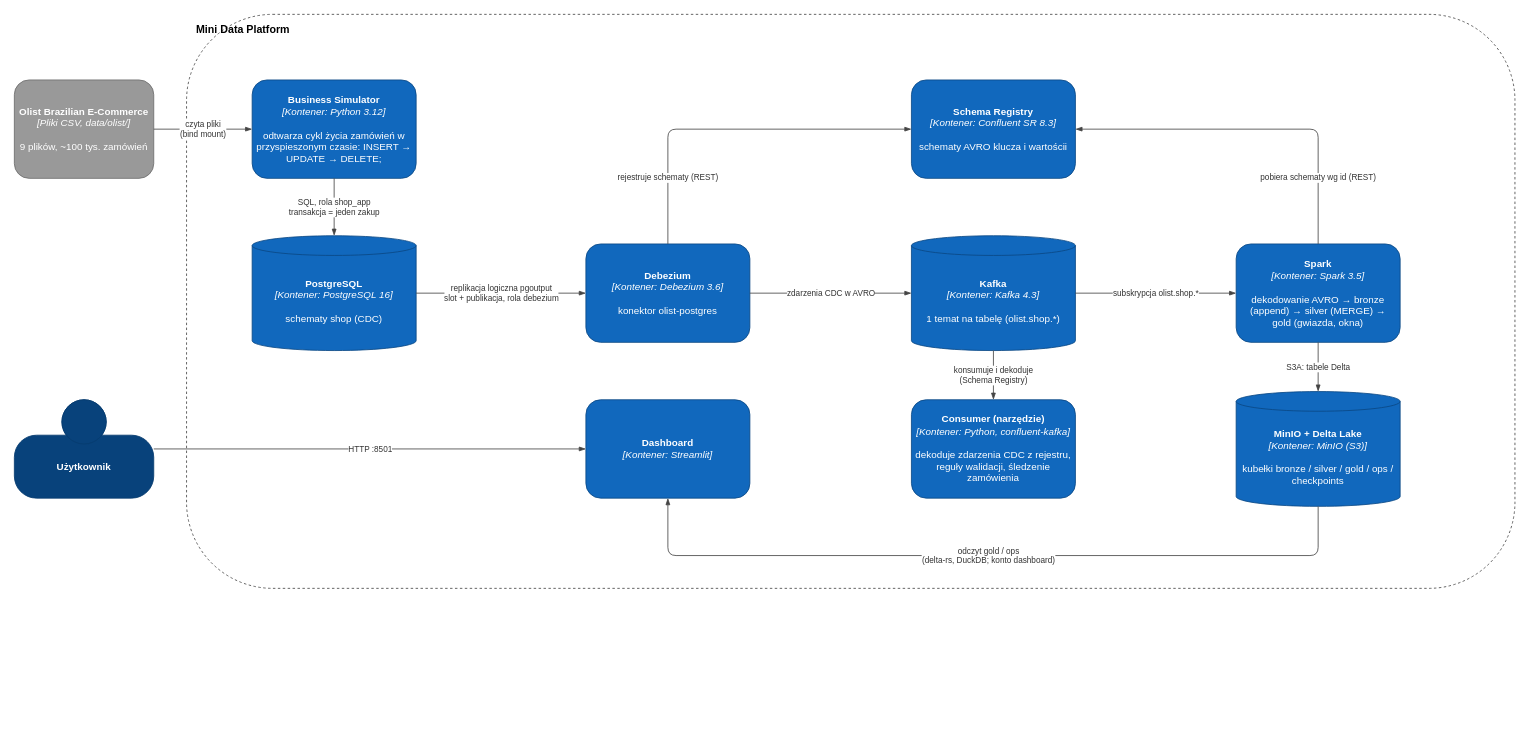
Above: docs/design/architecture.drawio in oszypczy/wpdb-data-platform (draw.io), before the change. Source tidied: cells renumbered, new cells numbered last; positions are measured from the earlier drawing's top-left corner, leaving out a move shared by most shapes. Both pictures are drawn from the tidied source at 82%, with x=0, y=0 at pixel (14, 14).
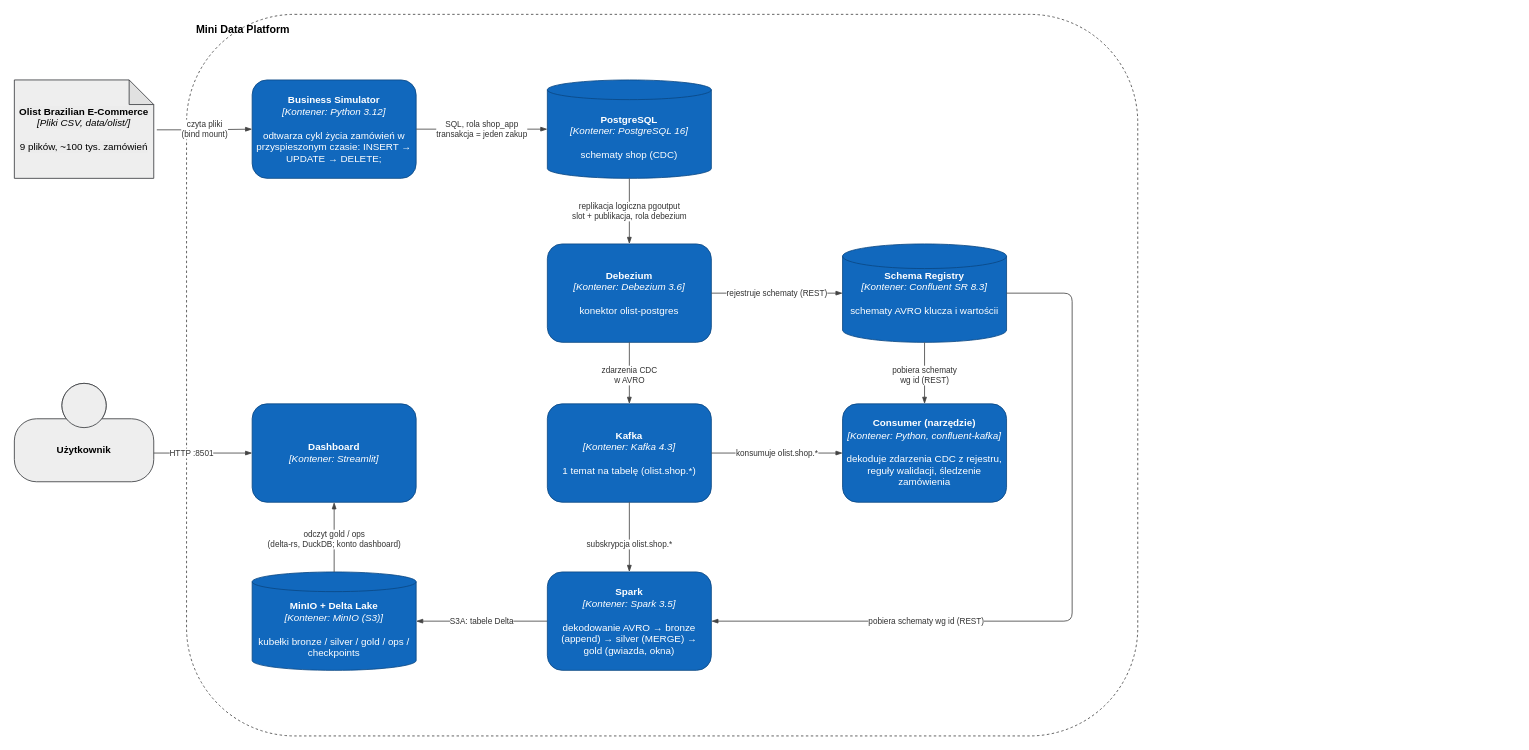
Above is the later version.

Commit message (it also covers changes not shown here):
Docs: architecture walkthrough, database schema, agents overview

The change refers to these unchanged cells:
```xml
<mxCell id="5" value="&lt;b&gt;Business Simulator&lt;/b&gt;&lt;br&gt;&lt;i&gt;[Kontener: Python 3.12]&lt;/i&gt;&lt;br&gt;&lt;br&gt;odtwarza cykl życia zamówień w przyspieszonym czasie: INSERT → UPDATE → DELETE;" style="rounded=1;whiteSpace=wrap;html=1;fillColor=#1168BD;strokeColor=#0B4884;fontColor=#FFFFFF;align=center;verticalAlign=middle;spacing=6;" parent="1" vertex="1">
  <mxGeometry x="290" y="80" width="200" height="120" as="geometry" />
</mxCell>
```

The edit, as a diff of the source:
```diff
@@
     <mxCell id="2" value="Mini Data Platform" style="rounded=1;whiteSpace=wrap;html=1;dashed=1;fillColor=none;strokeColor=#444444;align=left;verticalAlign=top;fontStyle=1;fontSize=13;spacingLeft=10;spacingTop=4;" parent="1" vertex="1">
-      <mxGeometry x="210" width="1620" height="700" as="geometry" />
+      <mxGeometry x="210" width="1160" height="880" as="geometry" />
     </mxCell>
-    <mxCell id="3" value="&lt;b&gt;Olist Brazilian E-Commerce&lt;/b&gt;&lt;br&gt;&lt;i&gt;[Pliki CSV, data/olist/]&lt;/i&gt;&lt;br&gt;&lt;br&gt;9 plików, ~100 tys. zamówień" style="rounded=1;whiteSpace=wrap;html=1;fillColor=#999999;strokeColor=#6B6B6B;fontColor=#FFFFFF;align=center;verticalAlign=middle;spacing=6;" parent="1" vertex="1">
-      <mxGeometry y="80" width="170" height="120" as="geometry" />
-    </mxCell>
-    <mxCell id="4" value="&lt;b&gt;Użytkownik&lt;/b&gt;" style="shape=mxgraph.c4.person2;whiteSpace=wrap;html=1;fillColor=#08427B;strokeColor=#073B6F;fontColor=#FFFFFF;align=center;spacing=6;" parent="1" vertex="1">
-      <mxGeometry y="470" width="170" height="120" as="geometry" />
+    <mxCell id="4" value="&lt;b style=&quot;color: rgb(0, 0, 0);&quot;&gt;Użytkownik&lt;/b&gt;" style="shape=mxgraph.c4.person2;whiteSpace=wrap;html=1;fillColor=#EEEEEE;strokeColor=#36393D;fontColor=#FFFFFF;align=center;spacing=6;" parent="1" vertex="1">
+      <mxGeometry y="450" width="170" height="120" as="geometry" />
     </mxCell>
@@
     <mxCell id="6" value="&lt;b&gt;PostgreSQL&lt;/b&gt;&lt;br&gt;&lt;i&gt;[Kontener: PostgreSQL 16]&lt;/i&gt;&lt;br&gt;&lt;br&gt;schematy shop (CDC)" style="shape=cylinder3;whiteSpace=wrap;html=1;boundedLbl=1;backgroundOutline=1;size=12;fillColor=#1168BD;strokeColor=#0B4884;fontColor=#FFFFFF;align=center;spacing=6;" parent="1" vertex="1">
-      <mxGeometry x="290" y="270" width="200" height="140" as="geometry" />
+      <mxGeometry x="650" y="80" width="200" height="120" as="geometry" />
     </mxCell>
     <mxCell id="7" value="&lt;b&gt;Debezium&lt;/b&gt;&lt;br&gt;&lt;i&gt;[Kontener: Debezium 3.6]&lt;/i&gt;&lt;br&gt;&lt;br&gt;konektor olist-postgres" style="rounded=1;whiteSpace=wrap;html=1;fillColor=#1168BD;strokeColor=#0B4884;fontColor=#FFFFFF;align=center;verticalAlign=middle;spacing=6;" parent="1" vertex="1">
-      <mxGeometry x="697" y="280" width="200" height="120" as="geometry" />
+      <mxGeometry x="650" y="280" width="200" height="120" as="geometry" />
     </mxCell>
-    <mxCell id="8" value="&lt;b&gt;Kafka&lt;/b&gt;&lt;br&gt;&lt;i&gt;[Kontener: Kafka 4.3]&lt;/i&gt;&lt;br&gt;&lt;br&gt;1 temat na tabelę (olist.shop.*)" style="shape=cylinder3;whiteSpace=wrap;html=1;boundedLbl=1;backgroundOutline=1;size=12;fillColor=#1168BD;strokeColor=#0B4884;fontColor=#FFFFFF;align=center;spacing=6;" parent="1" vertex="1">
-      <mxGeometry x="1094" y="270" width="200" height="140" as="geometry" />
+    <mxCell id="8" value="&lt;b&gt;Kafka&lt;/b&gt;&lt;br&gt;&lt;i&gt;[Kontener: Kafka 4.3]&lt;/i&gt;&lt;br&gt;&lt;br&gt;1 temat na tabelę (olist.shop.*)" style="rounded=1;whiteSpace=wrap;html=1;boundedLbl=1;backgroundOutline=1;size=12;fillColor=#1168BD;strokeColor=#0B4884;fontColor=#FFFFFF;align=center;spacing=6;" parent="1" vertex="1">
+      <mxGeometry x="650" y="475" width="200" height="120" as="geometry" />
     </mxCell>
-    <mxCell id="9" value="&lt;b&gt;Schema Registry&lt;/b&gt;&lt;br&gt;&lt;i&gt;[Kontener: Confluent SR 8.3]&lt;/i&gt;&lt;br&gt;&lt;br&gt;schematy AVRO klucza i wartościi" style="rounded=1;whiteSpace=wrap;html=1;fillColor=#1168BD;strokeColor=#0B4884;fontColor=#FFFFFF;align=center;verticalAlign=middle;spacing=6;" parent="1" vertex="1">
-      <mxGeometry x="1094" y="80" width="200" height="120" as="geometry" />
+    <mxCell id="9" value="&lt;b&gt;Schema Registry&lt;/b&gt;&lt;br&gt;&lt;i&gt;[Kontener: Confluent SR 8.3]&lt;/i&gt;&lt;br&gt;&lt;br&gt;schematy AVRO klucza i wartościi" style="shape=cylinder3;whiteSpace=wrap;html=1;fillColor=#1168BD;strokeColor=#0B4884;fontColor=#FFFFFF;align=center;verticalAlign=middle;spacing=6;" parent="1" vertex="1">
+      <mxGeometry x="1010" y="280" width="200" height="120" as="geometry" />
     </mxCell>
-    <mxCell id="10" value="&lt;b&gt;Spark&lt;/b&gt;&lt;br&gt;&lt;i&gt;[Kontener: Spark 3.5]&lt;/i&gt;&lt;br&gt;&lt;br&gt;dekodowanie AVRO → bronze (append) → silver (MERGE) → gold (gwiazda, okna)" style="rounded=1;whiteSpace=wrap;html=1;fillColor=#1168BD;strokeColor=#0B4884;fontColor=#FFFFFF;align=center;verticalAlign=middle;spacing=6;" parent="1" vertex="1">
-      <mxGeometry x="1490" y="280" width="200" height="120" as="geometry" />
-    </mxCell>
     <mxCell id="11" value="&lt;b&gt;MinIO + Delta Lake&lt;/b&gt;&lt;br&gt;&lt;i&gt;[Kontener: MinIO (S3)]&lt;/i&gt;&lt;br&gt;&lt;br&gt;kubełki bronze / silver / gold / ops / checkpoints" style="shape=cylinder3;whiteSpace=wrap;html=1;boundedLbl=1;backgroundOutline=1;size=12;fillColor=#1168BD;strokeColor=#0B4884;fontColor=#FFFFFF;align=center;spacing=6;" parent="1" vertex="1">
-      <mxGeometry x="1490" y="460" width="200" height="140" as="geometry" />
+      <mxGeometry x="290" y="680" width="200" height="120" as="geometry" />
     </mxCell>
     <mxCell id="12" value="&lt;b&gt;Dashboard&lt;/b&gt;&lt;br&gt;&lt;i&gt;[Kontener: Streamlit]&lt;/i&gt;" style="rounded=1;whiteSpace=wrap;html=1;fillColor=#1168BD;strokeColor=#0B4884;fontColor=#FFFFFF;align=center;verticalAlign=middle;spacing=6;" parent="1" vertex="1">
-      <mxGeometry x="697" y="470" width="200" height="120" as="geometry" />
+      <mxGeometry x="290" y="475" width="200" height="120" as="geometry" />
     </mxCell>
     <mxCell id="13" value="&lt;b&gt;Consumer (narzędzie)&lt;/b&gt;&lt;br&gt;&lt;i&gt;[Kontener: Python, confluent-kafka]&lt;/i&gt;&lt;br&gt;&lt;br&gt;dekoduje zdarzenia CDC z rejestru, reguły walidacji, śledzenie zamówienia" style="rounded=1;whiteSpace=wrap;html=1;fillColor=#1168BD;strokeColor=#0B4884;fontColor=#FFFFFF;align=center;verticalAlign=middle;spacing=6;" parent="1" vertex="1">
-      <mxGeometry x="1094" y="470" width="200" height="120" as="geometry" />
+      <mxGeometry x="1010" y="475" width="200" height="120" as="geometry" />
     </mxCell>
-    <mxCell id="14" value="czyta pliki&lt;br&gt;(bind mount)" style="edgeStyle=orthogonalEdgeStyle;rounded=1;jettySize=auto;html=1;strokeColor=#444444;fontColor=#333333;fontSize=10;labelBackgroundColor=#FFFFFF;endArrow=blockThin;endFill=1;" parent="1" edge="1" source="3" target="5">
+    <mxCell id="14" value="czyta pliki&lt;br&gt;(bind mount)" style="edgeStyle=orthogonalEdgeStyle;rounded=1;jettySize=auto;html=1;strokeColor=#444444;fontColor=#333333;fontSize=10;labelBackgroundColor=#FFFFFF;endArrow=blockThin;endFill=1;exitX=1.022;exitY=0.507;exitDx=0;exitDy=0;exitPerimeter=0;" parent="1" edge="1" source="3" target="5">
       <mxGeometry relative="1" as="geometry" />
     </mxCell>
@@
-    <mxCell id="17" value="zdarzenia CDC w AVRO" style="edgeStyle=orthogonalEdgeStyle;rounded=1;jettySize=auto;html=1;strokeColor=#444444;fontColor=#333333;fontSize=10;labelBackgroundColor=#FFFFFF;endArrow=blockThin;endFill=1;" parent="1" edge="1" source="7" target="8">
-      <mxGeometry relative="1" as="geometry" />
+    <mxCell id="17" value="zdarzenia CDC&lt;br&gt;w AVRO" style="edgeStyle=orthogonalEdgeStyle;rounded=1;jettySize=auto;html=1;strokeColor=#444444;fontColor=#333333;fontSize=10;labelBackgroundColor=#FFFFFF;endArrow=blockThin;endFill=1;" parent="1" edge="1" source="7" target="8">
+      <mxGeometry x="0.07" relative="1" as="geometry" />
     </mxCell>
-    <mxCell id="18" value="rejestruje schematy (REST)" style="edgeStyle=orthogonalEdgeStyle;rounded=1;jettySize=auto;html=1;strokeColor=#444444;fontColor=#333333;fontSize=10;labelBackgroundColor=#FFFFFF;endArrow=blockThin;endFill=1;exitX=0.5;exitY=0;exitDx=0;exitDy=0;entryX=0;entryY=0.5;entryDx=0;entryDy=0;" parent="1" edge="1" source="7" target="9">
-      <mxGeometry x="-0.63" relative="1" as="geometry" />
+    <mxCell id="18" value="rejestruje schematy (REST)" style="edgeStyle=orthogonalEdgeStyle;rounded=1;jettySize=auto;html=1;strokeColor=#444444;fontColor=#333333;fontSize=10;labelBackgroundColor=#FFFFFF;endArrow=blockThin;endFill=1;exitX=1;exitY=0.5;exitDx=0;exitDy=0;entryX=0;entryY=0.5;entryDx=0;entryDy=0;" parent="1" edge="1" source="7" target="9">
+      <mxGeometry relative="1" as="geometry" />
     </mxCell>
-    <mxCell id="19" value="subskrypcja olist.shop.*" style="edgeStyle=orthogonalEdgeStyle;rounded=1;jettySize=auto;html=1;strokeColor=#444444;fontColor=#333333;fontSize=10;labelBackgroundColor=#FFFFFF;endArrow=blockThin;endFill=1;" parent="1" edge="1" source="8" target="10">
-      <mxGeometry relative="1" as="geometry" />
+    <mxCell id="19" value="subskrypcja olist.shop.*" style="edgeStyle=orthogonalEdgeStyle;rounded=1;jettySize=auto;html=1;strokeColor=#444444;fontColor=#333333;fontSize=10;labelBackgroundColor=#FFFFFF;endArrow=blockThin;endFill=1;entryX=0.5;entryY=0;entryDx=0;entryDy=0;exitX=0.5;exitY=1;exitDx=0;exitDy=0;exitPerimeter=0;" parent="1" edge="1" source="8" target="10">
+      <mxGeometry x="0.2" relative="1" as="geometry" />
     </mxCell>
-    <mxCell id="20" value="pobiera schematy wg id (REST)" style="edgeStyle=orthogonalEdgeStyle;rounded=1;jettySize=auto;html=1;strokeColor=#444444;fontColor=#333333;fontSize=10;labelBackgroundColor=#FFFFFF;endArrow=blockThin;endFill=1;exitX=0.5;exitY=0;exitDx=0;exitDy=0;entryX=1;entryY=0.5;entryDx=0;entryDy=0;" parent="1" edge="1" source="10" target="9">
-      <mxGeometry x="-0.63" relative="1" as="geometry" />
+    <mxCell id="20" value="pobiera schematy wg id (REST)" style="edgeStyle=orthogonalEdgeStyle;rounded=1;jettySize=auto;html=1;strokeColor=#444444;fontColor=#333333;fontSize=10;labelBackgroundColor=#FFFFFF;endArrow=blockThin;endFill=1;exitX=1;exitY=0.5;exitDx=0;exitDy=0;entryX=1;entryY=0.5;entryDx=0;entryDy=0;exitPerimeter=0;" parent="1" edge="1" source="9" target="10">
+      <mxGeometry x="0.43" relative="1" as="geometry">
+        <Array as="points">
+          <mxPoint x="1290" y="340" />
+          <mxPoint x="1290" y="740" />
+        </Array>
+      </mxGeometry>
     </mxCell>
-    <mxCell id="21" value="S3A: tabele Delta" style="edgeStyle=orthogonalEdgeStyle;rounded=1;jettySize=auto;html=1;strokeColor=#444444;fontColor=#333333;fontSize=10;labelBackgroundColor=#FFFFFF;endArrow=blockThin;endFill=1;exitX=0.5;exitY=1;exitDx=0;exitDy=0;entryX=0.5;entryY=0;entryDx=0;entryDy=0;" parent="1" edge="1" source="10" target="11">
+    <mxCell id="21" value="S3A: tabele Delta" style="edgeStyle=orthogonalEdgeStyle;rounded=1;jettySize=auto;html=1;strokeColor=#444444;fontColor=#333333;fontSize=10;labelBackgroundColor=#FFFFFF;endArrow=blockThin;endFill=1;exitX=0;exitY=0.5;exitDx=0;exitDy=0;entryX=1;entryY=0.5;entryDx=0;entryDy=0;entryPerimeter=0;" parent="1" edge="1" source="10" target="11">
       <mxGeometry relative="1" as="geometry" />
     </mxCell>
-    <mxCell id="22" value="odczyt gold / ops&lt;br&gt;(delta-rs, DuckDB; konto dashboard)" style="edgeStyle=orthogonalEdgeStyle;rounded=1;jettySize=auto;html=1;strokeColor=#444444;fontColor=#333333;fontSize=10;labelBackgroundColor=#FFFFFF;endArrow=blockThin;endFill=1;exitX=0.5;exitY=1;exitDx=0;exitDy=0;entryX=0.5;entryY=1;entryDx=0;entryDy=0;" parent="1" edge="1" source="11" target="12">
-      <mxGeometry relative="1" as="geometry">
-        <Array as="points">
-          <mxPoint x="1590" y="660" />
-          <mxPoint x="797" y="660" />
-        </Array>
-      </mxGeometry>
+    <mxCell id="22" value="odczyt gold / ops&lt;br&gt;(delta-rs, DuckDB; konto dashboard)" style="edgeStyle=orthogonalEdgeStyle;rounded=1;jettySize=auto;html=1;strokeColor=#444444;fontColor=#333333;fontSize=10;labelBackgroundColor=#FFFFFF;endArrow=blockThin;endFill=1;exitX=0.5;exitY=0;exitDx=0;exitDy=0;entryX=0.5;entryY=1;entryDx=0;entryDy=0;exitPerimeter=0;" parent="1" edge="1" source="11" target="12">
+      <mxGeometry x="-0.06" relative="1" as="geometry" />
     </mxCell>
-    <mxCell id="23" value="HTTP :8501" style="edgeStyle=orthogonalEdgeStyle;rounded=1;jettySize=auto;html=1;strokeColor=#444444;fontColor=#333333;fontSize=10;labelBackgroundColor=#FFFFFF;endArrow=blockThin;endFill=1;" parent="1" edge="1" source="4" target="12">
-      <mxGeometry relative="1" as="geometry" />
+    <mxCell id="23" value="HTTP :8501" style="edgeStyle=orthogonalEdgeStyle;rounded=1;jettySize=auto;html=1;strokeColor=#444444;fontColor=#333333;fontSize=10;labelBackgroundColor=#FFFFFF;endArrow=blockThin;endFill=1;entryX=0;entryY=0.5;entryDx=0;entryDy=0;" parent="1" edge="1" source="4" target="12">
+      <mxGeometry x="-0.23" relative="1" as="geometry">
+        <Array as="points">
+          <mxPoint x="220" y="535" />
+          <mxPoint x="220" y="535" />
+        </Array>
+      </mxGeometry>
     </mxCell>
-    <mxCell id="24" value="konsumuje i dekoduje&lt;br&gt;(Schema Registry)" style="edgeStyle=orthogonalEdgeStyle;rounded=1;jettySize=auto;html=1;strokeColor=#444444;fontColor=#333333;fontSize=10;labelBackgroundColor=#FFFFFF;endArrow=blockThin;endFill=1;exitX=0.5;exitY=1;exitDx=0;exitDy=0;entryX=0.5;entryY=0;entryDx=0;entryDy=0;" parent="1" edge="1" source="8" target="13">
+    <mxCell id="24" value="konsumuje olist.shop.*" style="edgeStyle=orthogonalEdgeStyle;rounded=1;jettySize=auto;html=1;strokeColor=#444444;fontColor=#333333;fontSize=10;labelBackgroundColor=#FFFFFF;endArrow=blockThin;endFill=1;exitX=1;exitY=0.5;exitDx=0;exitDy=0;entryX=0;entryY=0.5;entryDx=0;entryDy=0;exitPerimeter=0;" parent="1" edge="1" source="8" target="13">
       <mxGeometry relative="1" as="geometry" />
     </mxCell>
+    <mxCell id="25" value="pobiera schematy&lt;br&gt;wg id (REST)" style="edgeStyle=orthogonalEdgeStyle;rounded=1;jettySize=auto;html=1;strokeColor=#444444;fontColor=#333333;fontSize=10;labelBackgroundColor=#FFFFFF;endArrow=blockThin;endFill=1;entryX=0.5;entryY=0;entryDx=0;entryDy=0;exitX=0.5;exitY=1;exitDx=0;exitDy=0;exitPerimeter=0;" parent="1" edge="1" source="9" target="13">
+      <mxGeometry x="0.07" relative="1" as="geometry" />
+    </mxCell>
+    <mxCell id="10" value="&lt;b&gt;Spark&lt;/b&gt;&lt;br&gt;&lt;i&gt;[Kontener: Spark 3.5]&lt;/i&gt;&lt;br&gt;&lt;br&gt;dekodowanie AVRO → bronze (append) → silver (MERGE) → gold (gwiazda, okna)" style="rounded=1;whiteSpace=wrap;html=1;fillColor=#1168BD;strokeColor=#0B4884;fontColor=#FFFFFF;align=center;verticalAlign=middle;spacing=6;" parent="1" vertex="1">
+      <mxGeometry x="650" y="680" width="200" height="120" as="geometry" />
+    </mxCell>
+    <mxCell id="3" value="&lt;span style=&quot;color: rgb(0, 0, 0);&quot;&gt;&lt;b style=&quot;forced-color-adjust: none; scrollbar-color: rgba(121, 121, 121, 0.4) rgb(43, 43, 43); font-family: Helvetica; font-size: 12px; font-style: normal; font-variant-ligatures: normal; font-variant-caps: normal; letter-spacing: normal; orphans: 2; text-align: center; text-indent: 0px; text-transform: none; widows: 2; word-spacing: 0px; -webkit-text-stroke-width: 0px; white-space: normal; background-color: rgb(236, 236, 236); text-decoration-thickness: initial; text-decoration-style: initial; text-decoration-color: initial;&quot;&gt;Olist Brazilian E-Commerce&lt;/b&gt;&lt;br style=&quot;forced-color-adjust: none; scrollbar-color: rgba(121, 121, 121, 0.4) rgb(43, 43, 43); font-family: Helvetica; font-size: 12px; font-style: normal; font-variant-ligatures: normal; font-variant-caps: normal; font-weight: 400; letter-spacing: normal; orphans: 2; text-align: center; text-indent: 0px; text-transform: none; widows: 2; word-spacing: 0px; -webkit-text-stroke-width: 0px; white-space: normal; background-color: rgb(236, 236, 236); text-decoration-thickness: initial; text-decoration-style: initial; text-decoration-color: initial;&quot;&gt;&lt;i style=&quot;forced-color-adjust: none; scrollbar-color: rgba(121, 121, 121, 0.4) rgb(43, 43, 43); font-family: Helvetica; font-size: 12px; font-variant-ligatures: normal; font-variant-caps: normal; font-weight: 400; letter-spacing: normal; orphans: 2; text-align: center; text-indent: 0px; text-transform: none; widows: 2; word-spacing: 0px; -webkit-text-stroke-width: 0px; white-space: normal; background-color: rgb(236, 236, 236); text-decoration-thickness: initial; text-decoration-style: initial; text-decoration-color: initial;&quot;&gt;[Pliki CSV, data/olist/]&lt;/i&gt;&lt;br style=&quot;forced-color-adjust: none; scrollbar-color: rgba(121, 121, 121, 0.4) rgb(43, 43, 43); font-family: Helvetica; font-size: 12px; font-style: normal; font-variant-ligatures: normal; font-variant-caps: normal; font-weight: 400; letter-spacing: normal; orphans: 2; text-align: center; text-indent: 0px; text-transform: none; widows: 2; word-spacing: 0px; -webkit-text-stroke-width: 0px; white-space: normal; background-color: rgb(236, 236, 236); text-decoration-thickness: initial; text-decoration-style: initial; text-decoration-color: initial;&quot;&gt;&lt;br style=&quot;forced-color-adjust: none; scrollbar-color: rgba(121, 121, 121, 0.4) rgb(43, 43, 43); font-family: Helvetica; font-size: 12px; font-style: normal; font-variant-ligatures: normal; font-variant-caps: normal; font-weight: 400; letter-spacing: normal; orphans: 2; text-align: center; text-indent: 0px; text-transform: none; widows: 2; word-spacing: 0px; -webkit-text-stroke-width: 0px; white-space: normal; background-color: rgb(236, 236, 236); text-decoration-thickness: initial; text-decoration-style: initial; text-decoration-color: initial;&quot;&gt;&lt;span style=&quot;font-family: Helvetica; font-size: 12px; font-style: normal; font-variant-ligatures: normal; font-variant-caps: normal; font-weight: 400; letter-spacing: normal; orphans: 2; text-align: center; text-indent: 0px; text-transform: none; widows: 2; word-spacing: 0px; -webkit-text-stroke-width: 0px; white-space: normal; background-color: rgb(236, 236, 236); text-decoration-thickness: initial; text-decoration-style: initial; text-decoration-color: initial; float: none; display: inline !important;&quot;&gt;9 plików, ~100 tys. zamówień&lt;/span&gt;&lt;/span&gt;" style="shape=note;whiteSpace=wrap;html=1;backgroundOutline=1;darkOpacity=0.05;fillColor=#eeeeee;strokeColor=#36393d;" parent="1" vertex="1">
+      <mxGeometry y="80" width="170" height="120" as="geometry" />
+    </mxCell>
```
